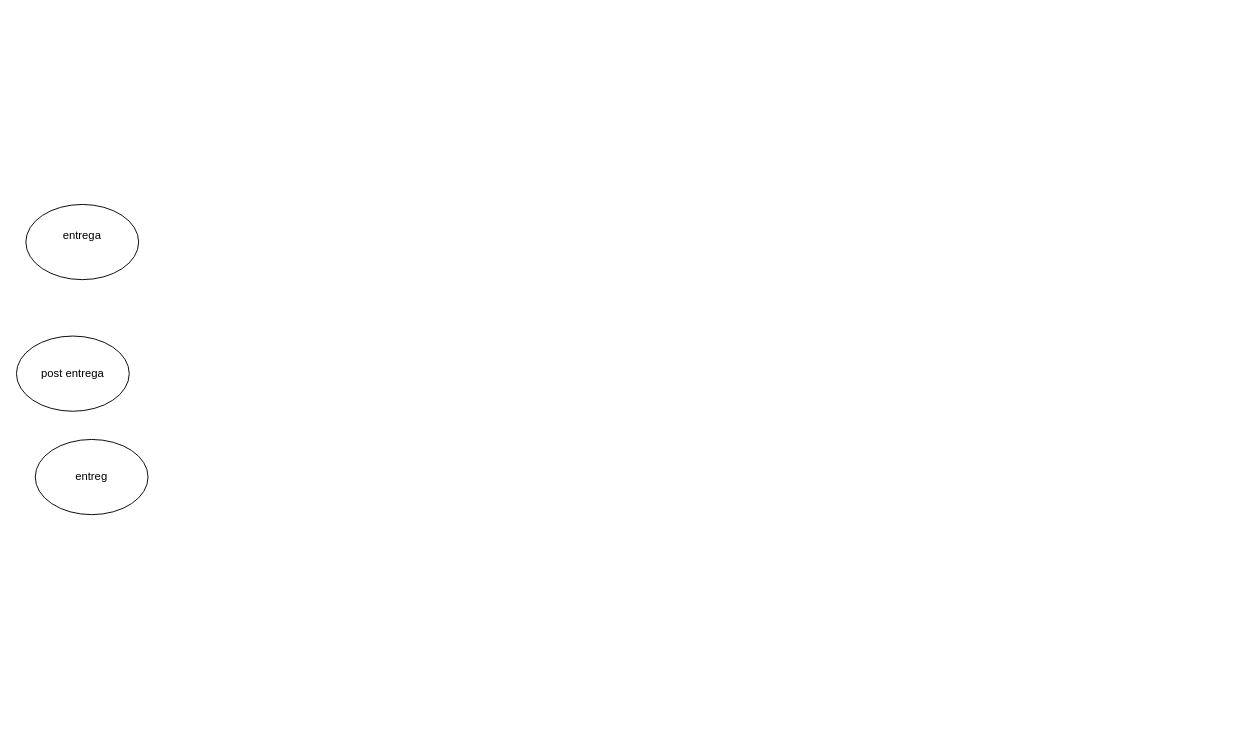
alexanderhuahuacccapacc/BDn keeps this draw.io diagram as Diagrama sin.drawio. Above is the earlier version. Source tidied: cells renumbered, new cells numbered last; positions are measured from the earlier drawing's top-left corner, leaving out a move shared by most shapes. Both pictures are drawn from the tidied source at 94%, with x=0, y=0 at pixel (16, 204).
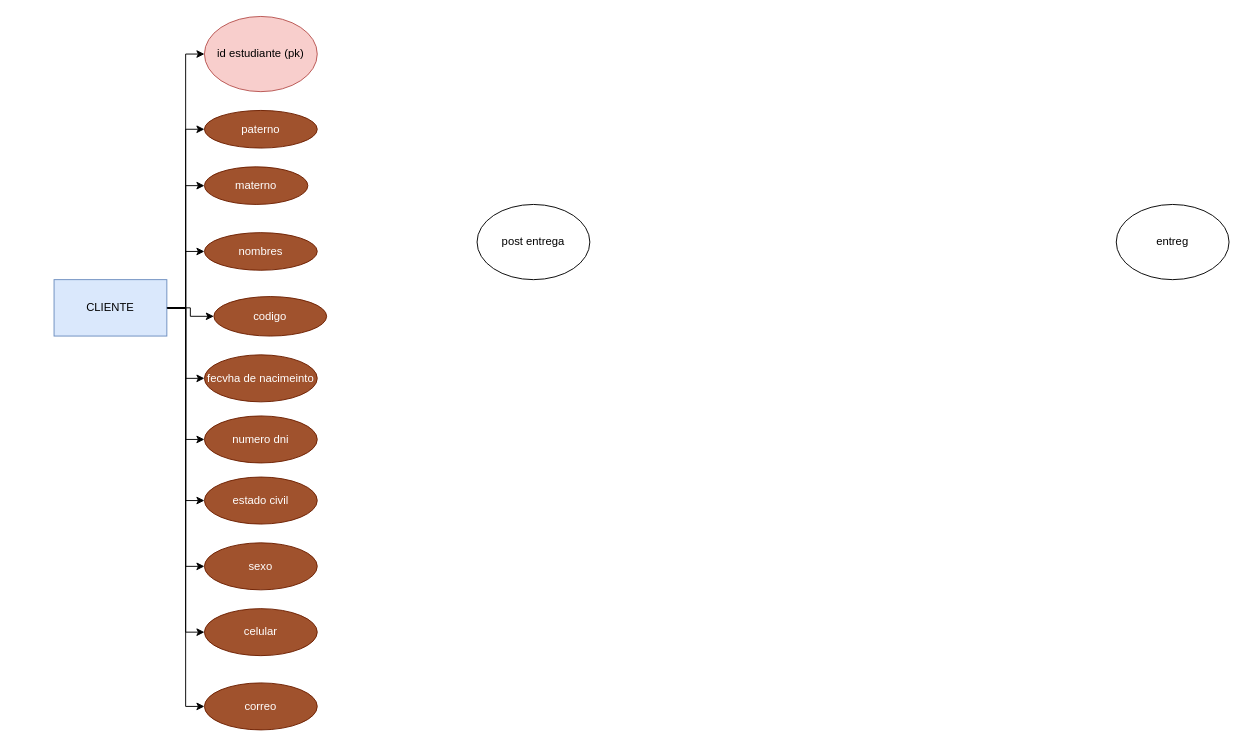
The same page after the edit.

Diff of the diagram source:
```diff
@@
     <mxCell id="2" value="entreg" style="ellipse;whiteSpace=wrap;html=1;" parent="1" vertex="1">
-      <mxGeometry x="20" y="250" width="120" height="80" as="geometry" />
+      <mxGeometry x="1170" width="120" height="80" as="geometry" />
     </mxCell>
     <mxCell id="3" value="post entrega" style="ellipse;whiteSpace=wrap;html=1;" parent="1" vertex="1">
-      <mxGeometry y="140" width="120" height="80" as="geometry" />
+      <mxGeometry x="490" width="120" height="80" as="geometry" />
     </mxCell>
-    <mxCell id="4" value="entrega&lt;div&gt;&lt;br&gt;&lt;/div&gt;" style="ellipse;whiteSpace=wrap;html=1;" parent="1" vertex="1">
-      <mxGeometry x="10" width="120" height="80" as="geometry" />
-    </mxCell>
+    <mxCell id="5" style="edgeStyle=orthogonalEdgeStyle;rounded=0;jettySize=auto;html=1;entryX=0;entryY=0.5;entryDx=0;entryDy=0;" parent="1" edge="1" source="15" target="20">
+      <mxGeometry relative="1" as="geometry" />
+    </mxCell>
+    <mxCell id="6" style="edgeStyle=orthogonalEdgeStyle;rounded=0;jettySize=auto;html=1;entryX=0;entryY=0.5;entryDx=0;entryDy=0;" parent="1" edge="1" source="15" target="21">
+      <mxGeometry relative="1" as="geometry" />
+    </mxCell>
+    <mxCell id="7" style="edgeStyle=orthogonalEdgeStyle;rounded=0;jettySize=auto;html=1;entryX=0;entryY=0.5;entryDx=0;entryDy=0;" parent="1" edge="1" source="15" target="19">
+      <mxGeometry relative="1" as="geometry" />
+    </mxCell>
+    <mxCell id="8" style="edgeStyle=orthogonalEdgeStyle;rounded=0;jettySize=auto;html=1;entryX=0;entryY=0.5;entryDx=0;entryDy=0;" parent="1" edge="1" source="15" target="17">
+      <mxGeometry relative="1" as="geometry" />
+    </mxCell>
+    <mxCell id="9" style="edgeStyle=orthogonalEdgeStyle;rounded=0;jettySize=auto;html=1;entryX=0;entryY=0.5;entryDx=0;entryDy=0;" parent="1" edge="1" source="15" target="22">
+      <mxGeometry relative="1" as="geometry" />
+    </mxCell>
+    <mxCell id="10" style="edgeStyle=orthogonalEdgeStyle;rounded=0;jettySize=auto;html=1;entryX=0;entryY=0.5;entryDx=0;entryDy=0;" parent="1" edge="1" source="15" target="24">
+      <mxGeometry relative="1" as="geometry" />
+    </mxCell>
+    <mxCell id="11" style="edgeStyle=orthogonalEdgeStyle;rounded=0;jettySize=auto;html=1;entryX=0;entryY=0.5;entryDx=0;entryDy=0;" parent="1" edge="1" source="15" target="23">
+      <mxGeometry relative="1" as="geometry" />
+    </mxCell>
+    <mxCell id="12" style="edgeStyle=orthogonalEdgeStyle;rounded=0;jettySize=auto;html=1;entryX=0;entryY=0.5;entryDx=0;entryDy=0;" parent="1" edge="1" source="15" target="25">
+      <mxGeometry relative="1" as="geometry" />
+    </mxCell>
+    <mxCell id="13" style="edgeStyle=orthogonalEdgeStyle;rounded=0;jettySize=auto;html=1;entryX=0;entryY=0.5;entryDx=0;entryDy=0;" parent="1" edge="1" source="15" target="16">
+      <mxGeometry relative="1" as="geometry" />
+    </mxCell>
+    <mxCell id="14" style="edgeStyle=orthogonalEdgeStyle;rounded=0;jettySize=auto;html=1;entryX=0;entryY=0.5;entryDx=0;entryDy=0;" parent="1" edge="1" source="15" target="27">
+      <mxGeometry relative="1" as="geometry" />
+    </mxCell>
+    <mxCell id="15" value="&lt;div&gt;CLIENTE&lt;/div&gt;" style="rounded=0;whiteSpace=wrap;html=1;fillColor=#dae8fc;strokeColor=#6c8ebf;" parent="1" vertex="1">
+      <mxGeometry x="40" y="80" width="120" height="60" as="geometry" />
+    </mxCell>
+    <mxCell id="16" value="id estudiante (pk)" style="ellipse;whiteSpace=wrap;html=1;fillColor=#f8cecc;strokeColor=#b85450;" parent="1" vertex="1">
+      <mxGeometry x="200" y="-200" width="120" height="80" as="geometry" />
+    </mxCell>
+    <mxCell id="17" value="fecvha de nacimeinto" style="ellipse;whiteSpace=wrap;html=1;fillColor=#a0522d;strokeColor=#6D1F00;fontColor=#ffffff;" parent="1" vertex="1">
+      <mxGeometry x="200" y="160" width="120" height="50" as="geometry" />
+    </mxCell>
+    <mxCell id="18" value="celular" style="ellipse;whiteSpace=wrap;html=1;fillColor=#a0522d;strokeColor=#6D1F00;fontColor=#ffffff;" parent="1" vertex="1">
+      <mxGeometry x="200" y="430" width="120" height="50" as="geometry" />
+    </mxCell>
+    <mxCell id="19" value="codigo" style="ellipse;whiteSpace=wrap;html=1;fillColor=#a0522d;strokeColor=#6D1F00;fontColor=#ffffff;" parent="1" vertex="1">
+      <mxGeometry x="210" y="98" width="120" height="42" as="geometry" />
+    </mxCell>
+    <mxCell id="20" value="materno" style="ellipse;whiteSpace=wrap;html=1;fillColor=#a0522d;strokeColor=#6D1F00;fontColor=#ffffff;" parent="1" vertex="1">
+      <mxGeometry x="200" y="-40" width="110" height="40" as="geometry" />
+    </mxCell>
+    <mxCell id="21" value="nombres" style="ellipse;whiteSpace=wrap;html=1;fillColor=#a0522d;strokeColor=#6D1F00;fontColor=#ffffff;" parent="1" vertex="1">
+      <mxGeometry x="200" y="30" width="120" height="40" as="geometry" />
+    </mxCell>
+    <mxCell id="22" value="numero dni" style="ellipse;whiteSpace=wrap;html=1;fillColor=#a0522d;strokeColor=#6D1F00;fontColor=#ffffff;" parent="1" vertex="1">
+      <mxGeometry x="200" y="225" width="120" height="50" as="geometry" />
+    </mxCell>
+    <mxCell id="23" value="sexo" style="ellipse;whiteSpace=wrap;html=1;fillColor=#a0522d;strokeColor=#6D1F00;fontColor=#ffffff;" parent="1" vertex="1">
+      <mxGeometry x="200" y="360" width="120" height="50" as="geometry" />
+    </mxCell>
+    <mxCell id="24" value="estado civil" style="ellipse;whiteSpace=wrap;html=1;fillColor=#a0522d;strokeColor=#6D1F00;fontColor=#ffffff;" parent="1" vertex="1">
+      <mxGeometry x="200" y="290" width="120" height="50" as="geometry" />
+    </mxCell>
+    <mxCell id="25" value="correo" style="ellipse;whiteSpace=wrap;html=1;fillColor=#a0522d;strokeColor=#6D1F00;fontColor=#ffffff;" parent="1" vertex="1">
+      <mxGeometry x="200" y="509" width="120" height="50" as="geometry" />
+    </mxCell>
+    <mxCell id="26" style="edgeStyle=orthogonalEdgeStyle;rounded=0;jettySize=auto;html=1;entryX=0;entryY=0.5;entryDx=0;entryDy=0;" parent="1" edge="1" source="15" target="18">
+      <mxGeometry relative="1" as="geometry" />
+    </mxCell>
+    <mxCell id="27" value="paterno" style="ellipse;whiteSpace=wrap;html=1;fillColor=#a0522d;strokeColor=#6D1F00;fontColor=#ffffff;" parent="1" vertex="1">
+      <mxGeometry x="200" y="-100" width="120" height="40" as="geometry" />
+    </mxCell>
```
